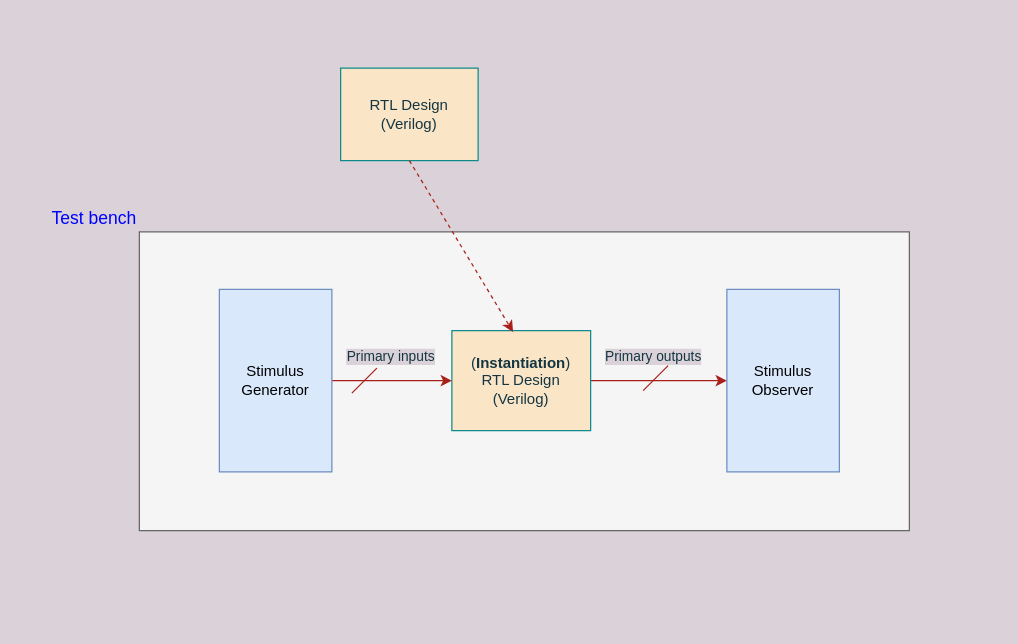
Earlier version of the draw.io diagram page "Page-1" (1 of 4) of assets/diagrams.drawio (kambadur/sky130RTLDesignAndSynthesisWorkshop). Source tidied: cells renumbered, new cells numbered last; positions are measured from the earlier drawing's top-left corner, leaving out a move shared by most shapes. Both pictures are drawn from the tidied source at 125%, with x=0, y=0 at pixel (139, 68).
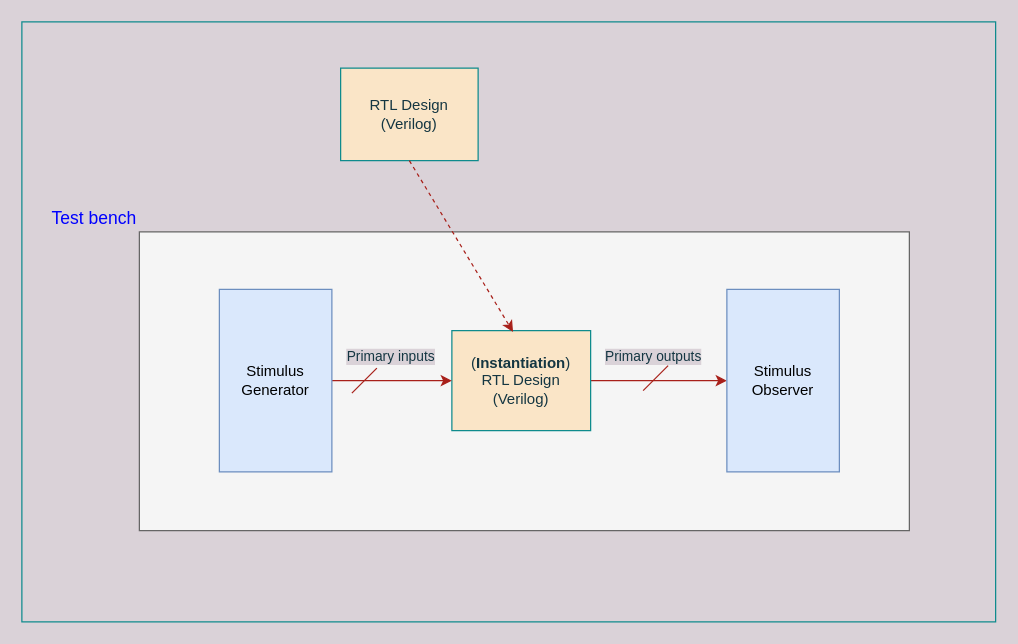
After the change.

Diff of the diagram source:
```diff
@@
 <mxGraphModel background="#DAD2D8">
   <root>
     <mxCell id="0" />
     <mxCell id="1" parent="0" />
     <mxCell id="2" value="RTL Design&lt;br&gt;(Verilog)" style="rounded=0;whiteSpace=wrap;html=1;fillColor=#FAE5C7;strokeColor=#0F8B8D;fontColor=#143642;" parent="1" vertex="1">
       <mxGeometry x="161" width="110" height="74" as="geometry" />
     </mxCell>
     <mxCell id="3" value="&lt;div style=&quot;text-align: center; font-size: 14px;&quot;&gt;&lt;/div&gt;&lt;font color=&quot;#0000ff&quot; style=&quot;font-size: 14px;&quot;&gt;Test bench&lt;/font&gt;" style="rounded=0;whiteSpace=wrap;html=1;labelPosition=left;verticalLabelPosition=top;align=right;verticalAlign=bottom;horizontal=1;fontSize=14;fillColor=#f5f5f5;fontColor=#333333;strokeColor=#666666;" parent="1" vertex="1">
       <mxGeometry y="131" width="616" height="239" as="geometry" />
     </mxCell>
     <mxCell id="4" style="edgeStyle=orthogonalEdgeStyle;rounded=0;jettySize=auto;html=1;labelBackgroundColor=#DAD2D8;strokeColor=#A8201A;fontColor=#143642;" parent="1" edge="1" source="5" target="13">
       <mxGeometry relative="1" as="geometry" />
     </mxCell>
     <mxCell id="5" value="(&lt;b&gt;Instantiation&lt;/b&gt;)&lt;br&gt;RTL Design&lt;br&gt;(Verilog)" style="rounded=0;whiteSpace=wrap;html=1;fillColor=#FAE5C7;strokeColor=#0F8B8D;fontColor=#143642;" parent="1" vertex="1">
       <mxGeometry x="250" y="210" width="111" height="80" as="geometry" />
     </mxCell>
     <mxCell id="6" style="edgeStyle=orthogonalEdgeStyle;rounded=0;jettySize=auto;html=1;entryX=0;entryY=0.5;entryDx=0;entryDy=0;labelBackgroundColor=#DAD2D8;strokeColor=#A8201A;fontColor=#143642;" parent="1" edge="1" source="8" target="5">
       <mxGeometry relative="1" as="geometry" />
     </mxCell>
     <mxCell id="7" value="Primary inputs" style="edgeLabel;html=1;align=center;verticalAlign=middle;fontColor=#143642;rounded=0;labelBackgroundColor=#DAD2D8;" parent="6" vertex="1">
       <mxGeometry x="-0.32" y="1" relative="1" as="geometry">
         <mxPoint x="13" y="-19" as="offset" />
       </mxGeometry>
     </mxCell>
     <mxCell id="8" value="Stimulus &lt;br&gt;Generator" style="rounded=0;whiteSpace=wrap;html=1;fillColor=#dae8fc;strokeColor=#6c8ebf;" parent="1" vertex="1">
       <mxGeometry x="64" y="177" width="90" height="146" as="geometry" />
     </mxCell>
     <mxCell id="9" style="endArrow=none;html=1;rounded=0;labelBackgroundColor=#DAD2D8;strokeColor=#A8201A;fontColor=#143642;" parent="1" edge="1">
       <mxGeometry relative="1" as="geometry">
         <mxPoint x="170" y="260" as="sourcePoint" />
         <mxPoint x="190" y="240" as="targetPoint" />
       </mxGeometry>
     </mxCell>
     <mxCell id="10" style="endArrow=none;html=1;rounded=0;labelBackgroundColor=#DAD2D8;strokeColor=#A8201A;fontColor=#143642;" parent="1" edge="1">
       <mxGeometry relative="1" as="geometry">
         <mxPoint x="403" y="258" as="sourcePoint" />
         <mxPoint x="423" y="238" as="targetPoint" />
       </mxGeometry>
     </mxCell>
     <mxCell id="11" style="endArrow=classic;html=1;rounded=0;exitX=0.5;exitY=1;exitDx=0;exitDy=0;fillColor=#FAE5C7;strokeColor=#A8201A;dashed=1;entryX=0.441;entryY=0.013;entryDx=0;entryDy=0;entryPerimeter=0;labelBackgroundColor=#DAD2D8;fontColor=#143642;" parent="1" edge="1" source="2" target="5">
       <mxGeometry relative="1" as="geometry" />
     </mxCell>
     <mxCell id="12" value="Primary outputs" style="edgeLabel;html=1;align=center;verticalAlign=middle;fontColor=#143642;rounded=0;labelBackgroundColor=#DAD2D8;" parent="1" vertex="1">
       <mxGeometry x="430" y="230" as="geometry">
         <mxPoint x="-20" as="offset" />
       </mxGeometry>
     </mxCell>
     <mxCell id="13" value="Stimulus &lt;br&gt;Observer" style="rounded=0;whiteSpace=wrap;html=1;fillColor=#dae8fc;strokeColor=#6c8ebf;" parent="1" vertex="1">
       <mxGeometry x="470" y="177" width="90" height="146" as="geometry" />
     </mxCell>
+    <mxCell id="14" style="rounded=0;whiteSpace=wrap;html=1;fillColor=none;strokeColor=#0F8B8D;fontColor=#143642;" parent="1" vertex="1">
+      <mxGeometry x="-94" y="-37" width="779" height="480" as="geometry" />
+    </mxCell>
   </root>
 </mxGraphModel>
```
